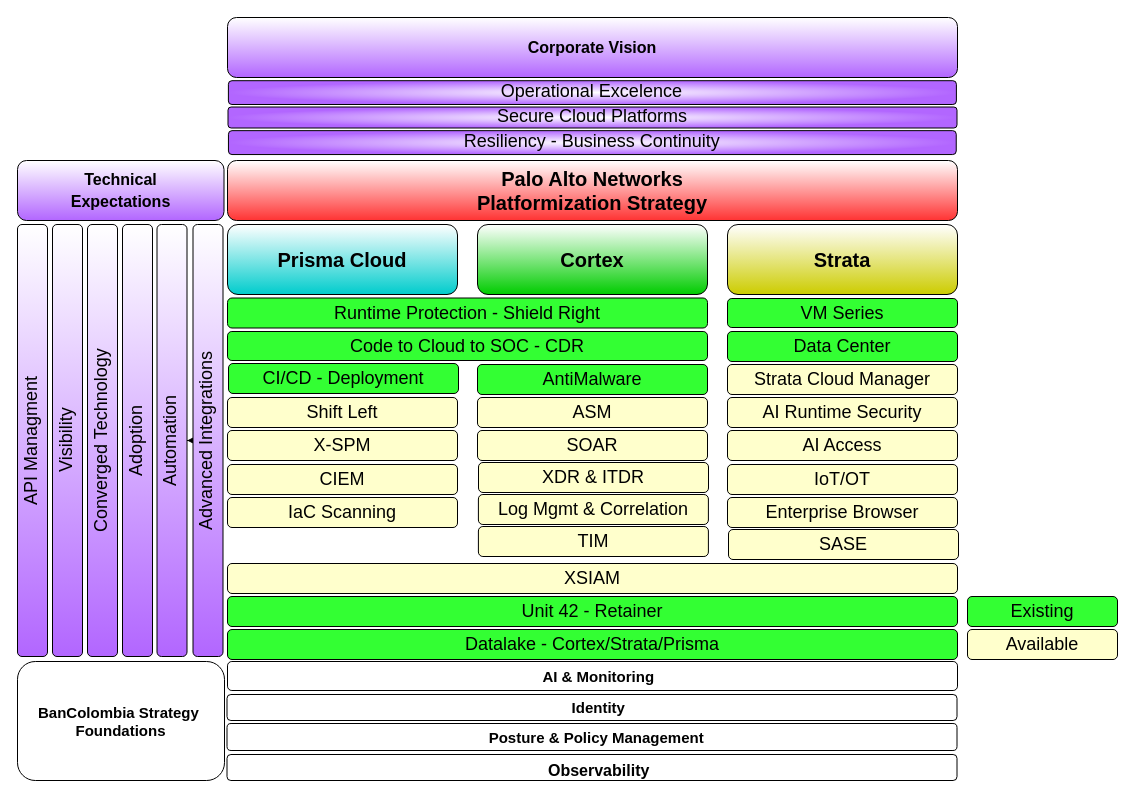
Before: page "Long Term" (2 of 3) of BanColombia.drawio in lcastrose/architecture, a draw.io diagram. Source tidied: cells renumbered, new cells numbered last; positions are measured from the earlier drawing's top-left corner, leaving out a move shared by most shapes. Both pictures are drawn from the tidied source at 100%, with x=0, y=0 at pixel (17, -272).
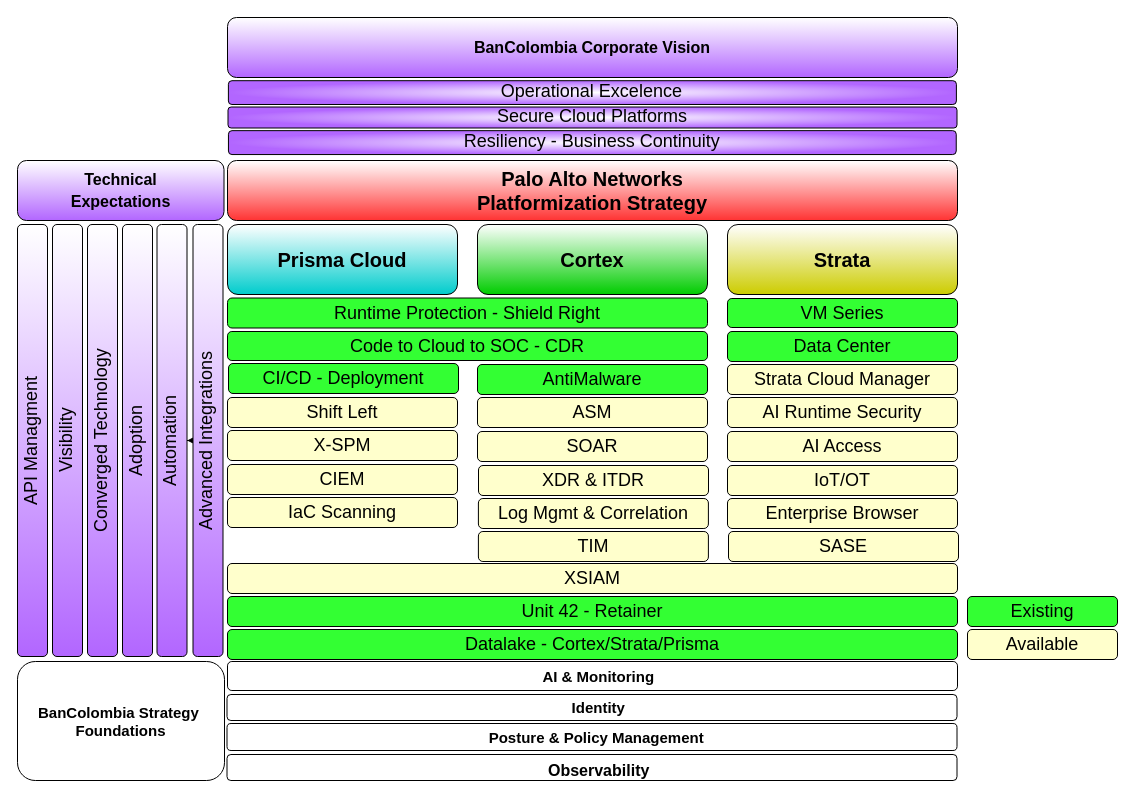
Above is the later version.

What changed in the source:
```diff
@@
     <mxCell id="16" value="Enterprise Browser" style="rounded=1;whiteSpace=wrap;html=1;fontSize=18;fillColor=#FFFFCC;" parent="1" vertex="1">
-      <mxGeometry x="710" y="769" width="230" height="30" as="geometry" />
+      <mxGeometry x="710" y="770" width="230" height="30" as="geometry" />
     </mxCell>
@@
     <mxCell id="21" value="IoT/OT" style="rounded=1;whiteSpace=wrap;html=1;fontSize=18;strokeWidth=1;strokeColor=#000000;fillColor=#FFFFCC;" parent="1" vertex="1">
-      <mxGeometry x="710" y="736" width="230" height="30" as="geometry" />
+      <mxGeometry x="710" y="737" width="230" height="30" as="geometry" />
     </mxCell>
@@
-    <mxCell id="23" value="&lt;font&gt;&lt;b&gt;Corporate Vision&lt;/b&gt;&lt;/font&gt;" style="rounded=1;whiteSpace=wrap;html=1;fontSize=16;gradientColor=#B266FF;" parent="1" vertex="1">
+    <mxCell id="23" value="&lt;font&gt;&lt;b&gt;BanColombia Corporate Vision&lt;/b&gt;&lt;/font&gt;" style="rounded=1;whiteSpace=wrap;html=1;fontSize=16;gradientColor=#B266FF;" parent="1" vertex="1">
       <mxGeometry x="210" y="289" width="730" height="60" as="geometry" />
     </mxCell>
@@
     <mxCell id="32" value="AI Access" style="rounded=1;whiteSpace=wrap;html=1;fontSize=18;fillColor=#FFFFCC;" parent="1" vertex="1">
-      <mxGeometry x="710" y="702" width="230" height="30" as="geometry" />
+      <mxGeometry x="710" y="703" width="230" height="30" as="geometry" />
     </mxCell>
@@
     <mxCell id="37" value="SASE" style="rounded=1;whiteSpace=wrap;html=1;fontSize=18;fillColor=#FFFFCC;" parent="1" vertex="1">
-      <mxGeometry x="711" y="801" width="230" height="30" as="geometry" />
+      <mxGeometry x="711" y="803" width="230" height="30" as="geometry" />
     </mxCell>
@@
     <mxCell id="40" value="SOAR" style="rounded=1;whiteSpace=wrap;html=1;fontSize=18;fillColor=#FFFFCC;" parent="1" vertex="1">
-      <mxGeometry x="460" y="702" width="230" height="30" as="geometry" />
+      <mxGeometry x="460" y="703" width="230" height="30" as="geometry" />
     </mxCell>
     <mxCell id="41" value="XDR &amp;amp; ITDR" style="rounded=1;whiteSpace=wrap;html=1;fontSize=18;fillColor=#FFFFCC;" parent="1" vertex="1">
-      <mxGeometry x="461" y="734" width="230" height="30" as="geometry" />
+      <mxGeometry x="461" y="737" width="230" height="30" as="geometry" />
     </mxCell>
     <mxCell id="42" value="Log Mgmt &amp;amp; Correlation" style="rounded=1;whiteSpace=wrap;html=1;fontSize=18;fillColor=#FFFFCC;" parent="1" vertex="1">
-      <mxGeometry x="460.9" y="766" width="230" height="30" as="geometry" />
+      <mxGeometry x="460.9" y="770" width="230" height="30" as="geometry" />
     </mxCell>
     <mxCell id="43" value="TIM" style="rounded=1;whiteSpace=wrap;html=1;fontSize=18;fillColor=#FFFFCC;" parent="1" vertex="1">
-      <mxGeometry x="460.9" y="798" width="230" height="30" as="geometry" />
+      <mxGeometry x="460.9" y="803" width="230" height="30" as="geometry" />
     </mxCell>
```
